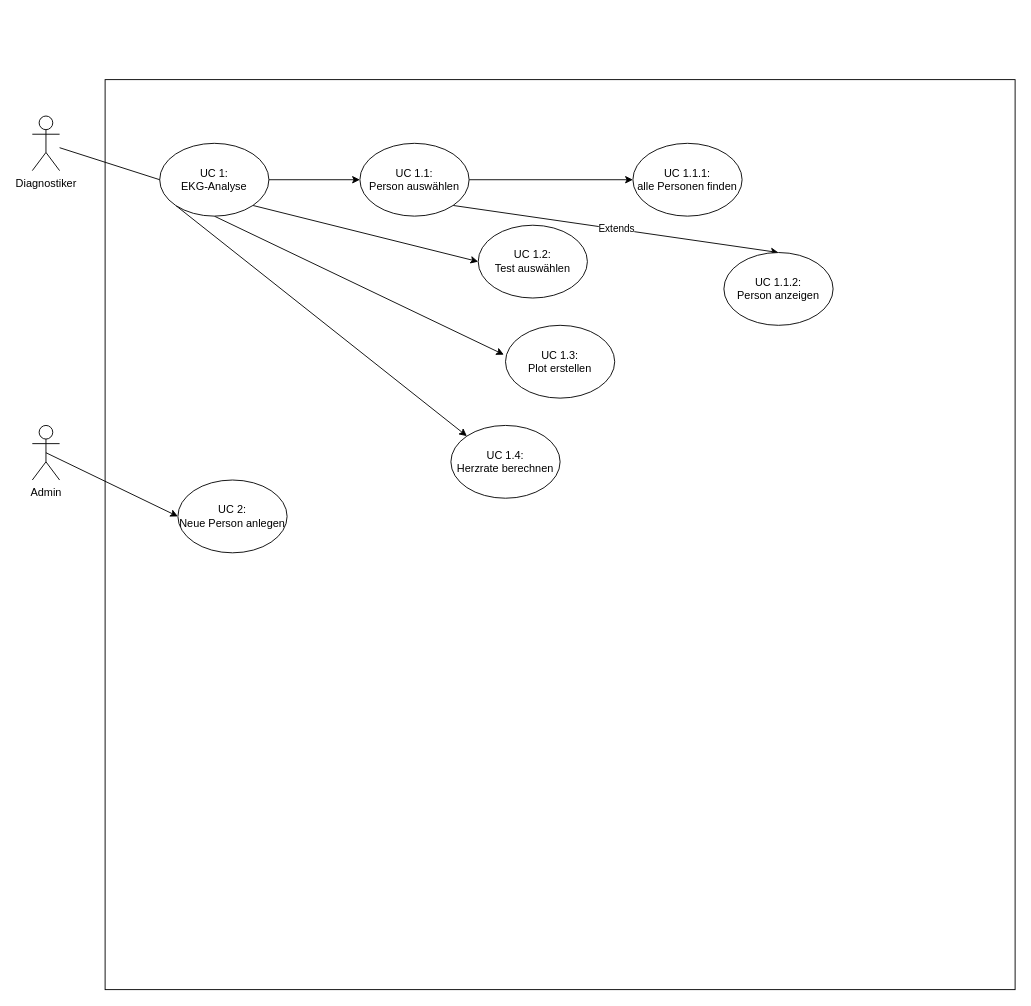
MaierElias/programmieruebung2_SS2025 keeps this draw.io diagram as docs/uml_usecase.drawio. Above is the earlier version. Source tidied: cells renumbered, new cells numbered last; positions are measured from the earlier drawing's top-left corner, leaving out a move shared by most shapes. Both pictures are drawn from the tidied source at 91%, with x=0, y=0 at pixel (32, 79).
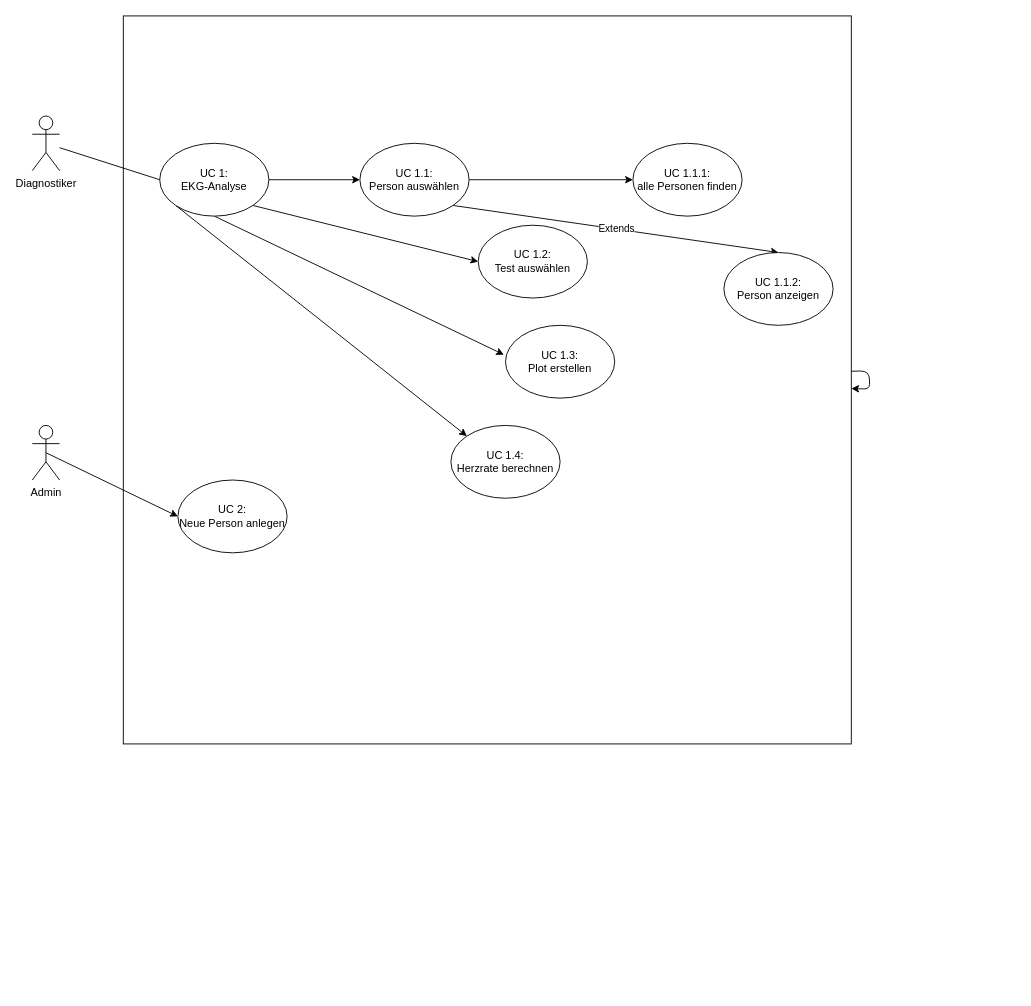
The same diagram, later.

Change to the diagram source:
```diff
@@
     <mxCell id="3" style="whiteSpace=wrap;html=1;" parent="1" vertex="1">
-      <mxGeometry x="80" width="1000" height="1000" as="geometry" />
+      <mxGeometry x="100" y="-70" width="800" height="800" as="geometry" />
     </mxCell>
@@
+    <mxCell id="22" style="edgeStyle=none;html=1;" parent="1" edge="1" source="3" target="3">
+      <mxGeometry relative="1" as="geometry" />
+    </mxCell>
```
